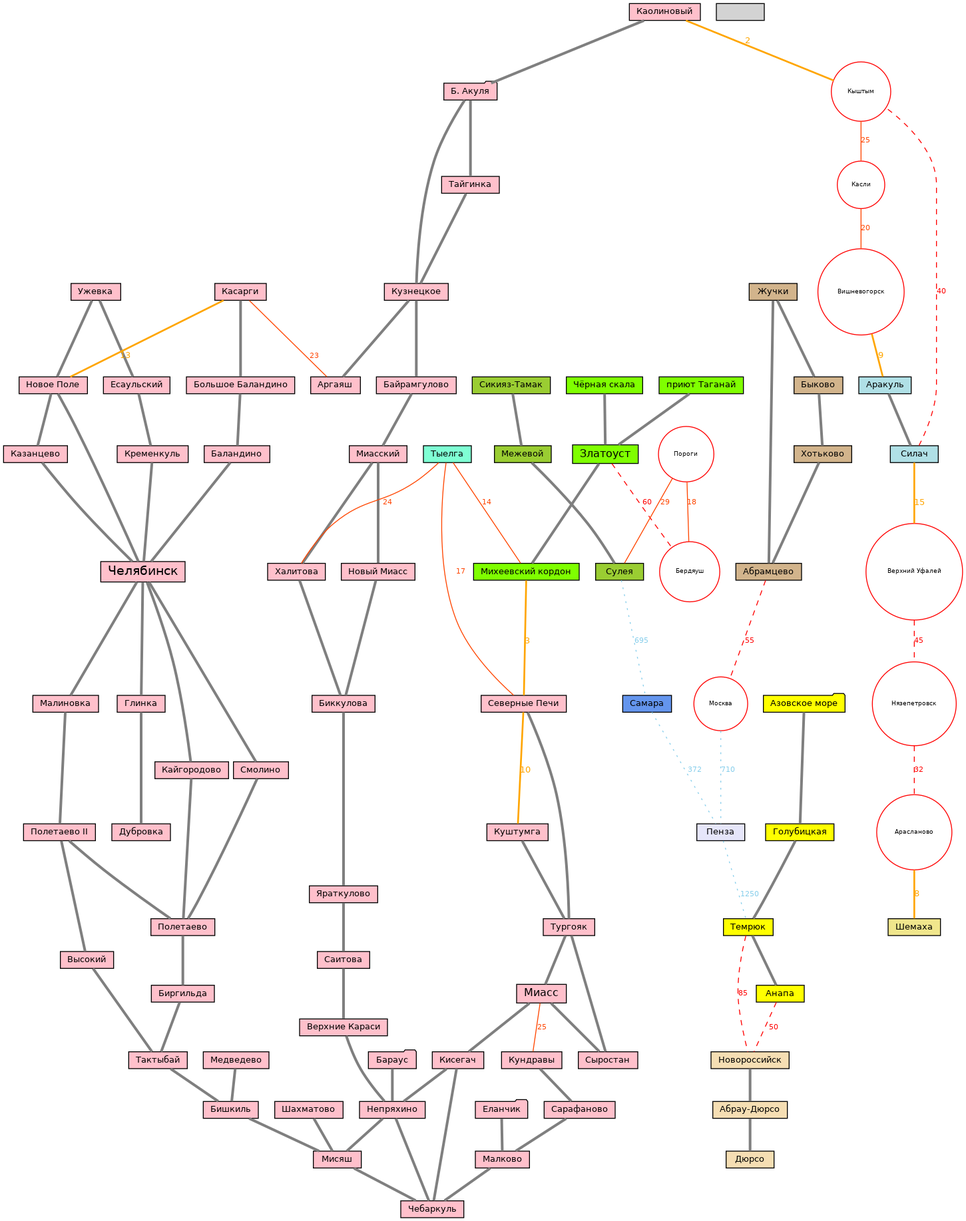
shoorick/bike-area keeps this Graphviz diagram as bike-area.dot.png. Above is the earlier version. Its source is kept beside it as bike-area.dot.
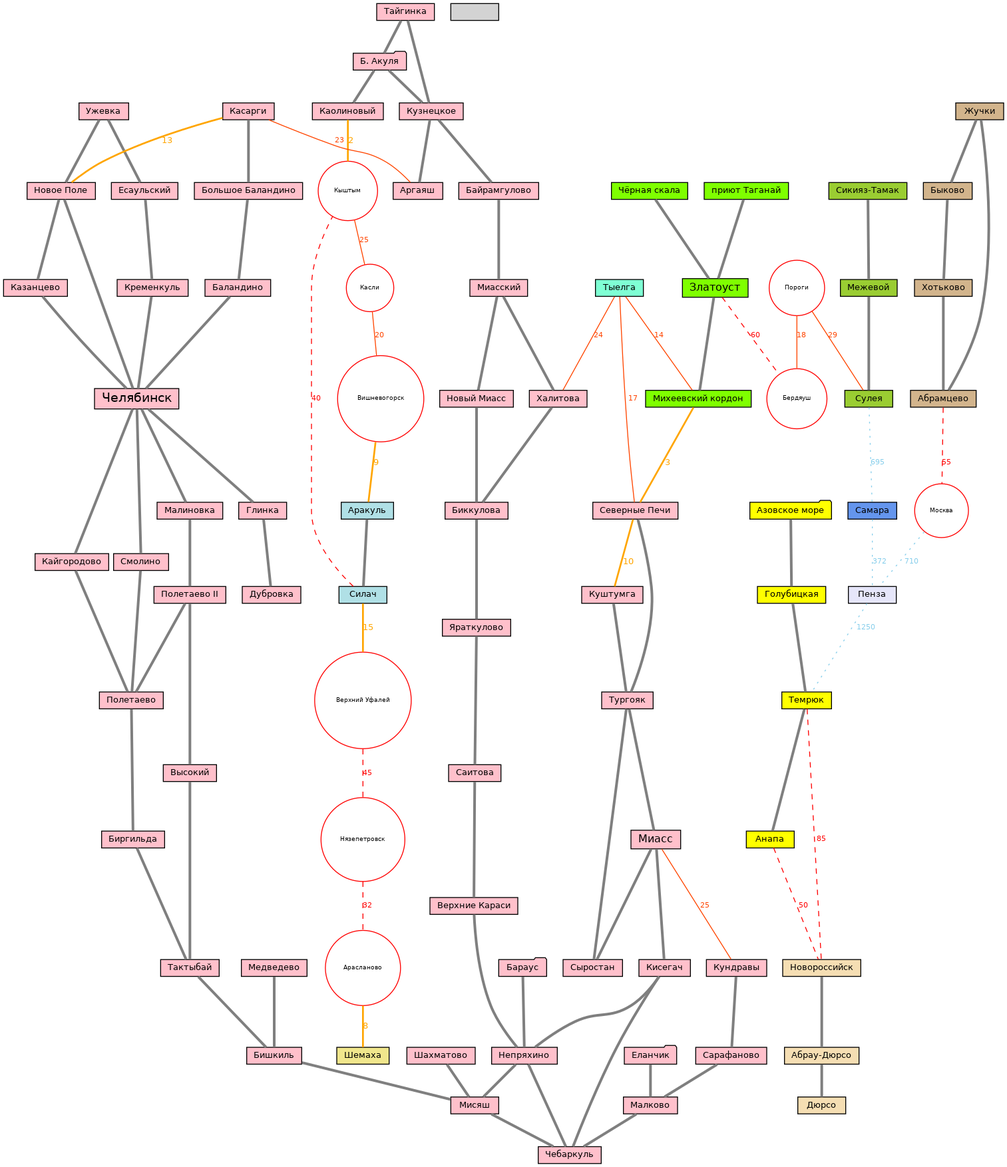
The same file after the commit.

The edit, as a diff of the source:
```diff
@@ -19,12 +19,13 @@
         Медведево -- Бишкиль
         Челябинск -- Малиновка -- "Полетаево II" -- Высокий -- Тактыбай
         "Полетаево II" -- Полетаево
-        Каолиновый -- "Б. Акуля" -- Кузнецкое -- Байрамгулово -- Миасский -- "Новый Миасс" -- Биккулова -- Яраткулово -- Саитова -- "Верхние Караси" -- Непряхино
+        "Б. Акуля" -- Кузнецкое -- Байрамгулово -- Миасский -- "Новый Миасс" -- Биккулова -- Яраткулово -- Саитова -- "Верхние Караси" -- Непряхино
         Кундравы -- Сарафаново -- Малково
         Бараус -- Непряхино -- Чебаркуль
         Миасский -- Халитова -- Биккулова
         Еланчик -- Малково -- Чебаркуль
-        "Б. Акуля" -- Тайгинка -- Кузнецкое -- Аргаяш
+        Тайгинка -- "Б. Акуля" -- Каолиновый
+        Тайгинка -- Кузнецкое -- Аргаяш
         Челябинск -- Кайгородово -- Полетаево
         Ужевка -- Есаульский -- Кременкуль -- Челябинск
         Касарги -- "Большое Баландино" -- Баландино -- Челябинск
```
